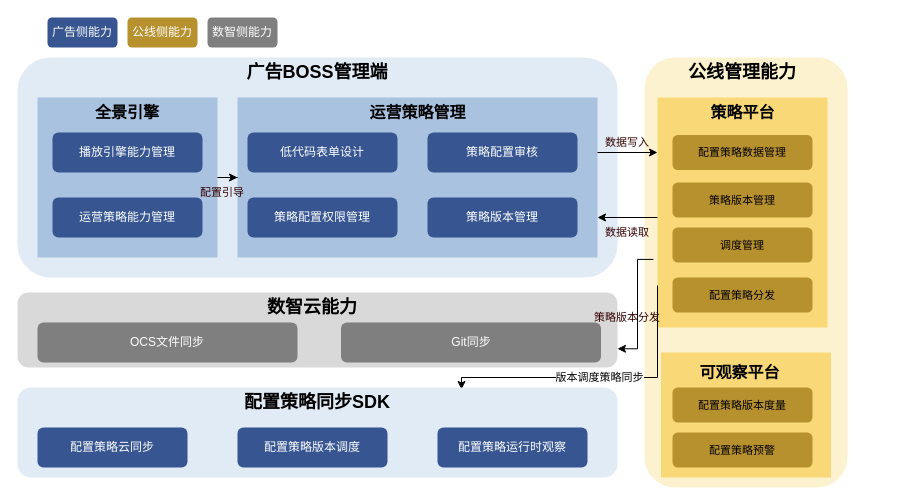
Above: page "BOSS运营配置-业务架构-business architeture" (3 of 5) of universal-engine/boss_configuration.drawio in karlchan-cn/drawio-repository (draw.io), before the change. Source tidied: cells renumbered, new cells numbered last; positions are measured from the earlier drawing's top-left corner, leaving out a move shared by most shapes. Both pictures are drawn from the tidied source at 100%, with x=0, y=0 at pixel (17, 17).
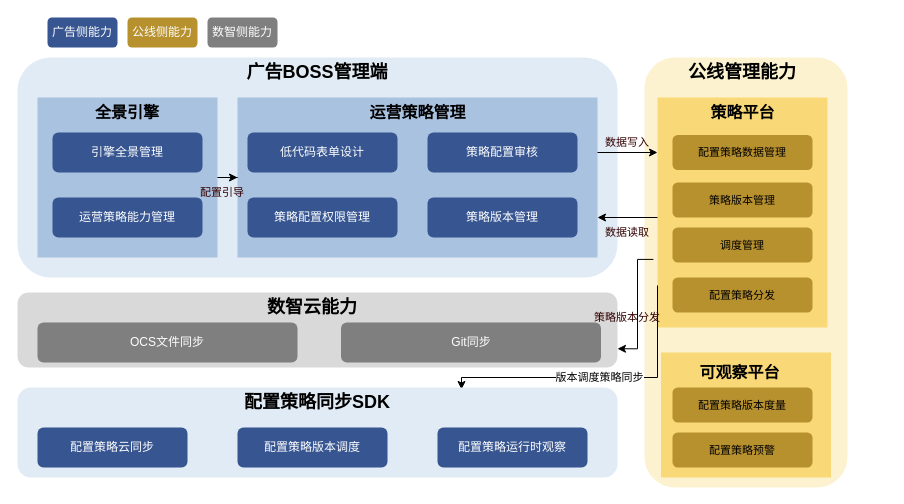
After the change.

What changed in the source:
```diff
@@
-    <mxCell id="14" value="&lt;font color=&quot;#ffffff&quot;&gt;播放引擎能力管理&lt;/font&gt;" style="rounded=1;whiteSpace=wrap;html=1;fontColor=#330000;fillColor=#365591;strokeColor=none;" parent="1" vertex="1">
+    <mxCell id="14" value="&lt;font color=&quot;#ffffff&quot;&gt;引擎全景管理&lt;/font&gt;" style="rounded=1;whiteSpace=wrap;html=1;fontColor=#330000;fillColor=#365591;strokeColor=none;" parent="1" vertex="1">
       <mxGeometry x="35" y="115" width="150" height="40" as="geometry" />
     </mxCell>
```
